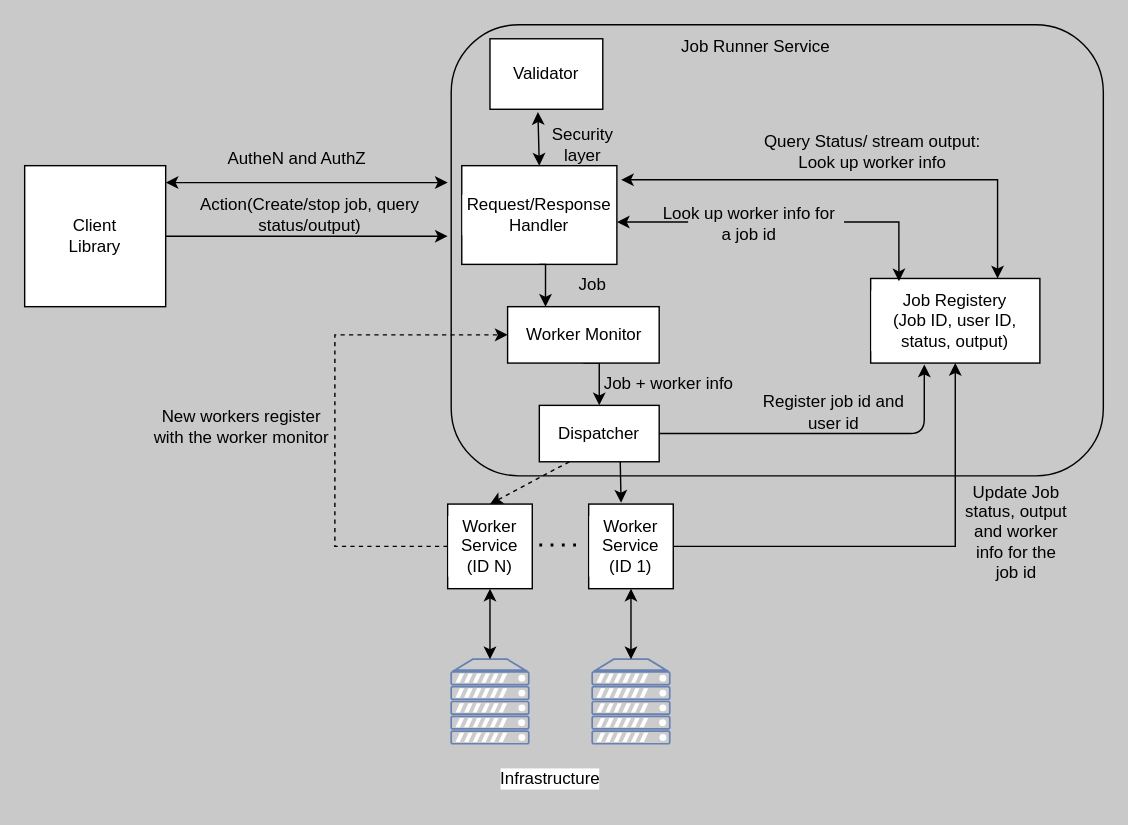
Before: page "Architecture" (1 of 4) of design/Architecture.drawio in GajanSoorian/job-worker-service, a draw.io diagram. Source tidied: cells renumbered, new cells numbered last; positions are measured from the earlier drawing's top-left corner, leaving out a move shared by most shapes. Both pictures are drawn from the tidied source at 141%, with x=0, y=0 at pixel (24, 24).
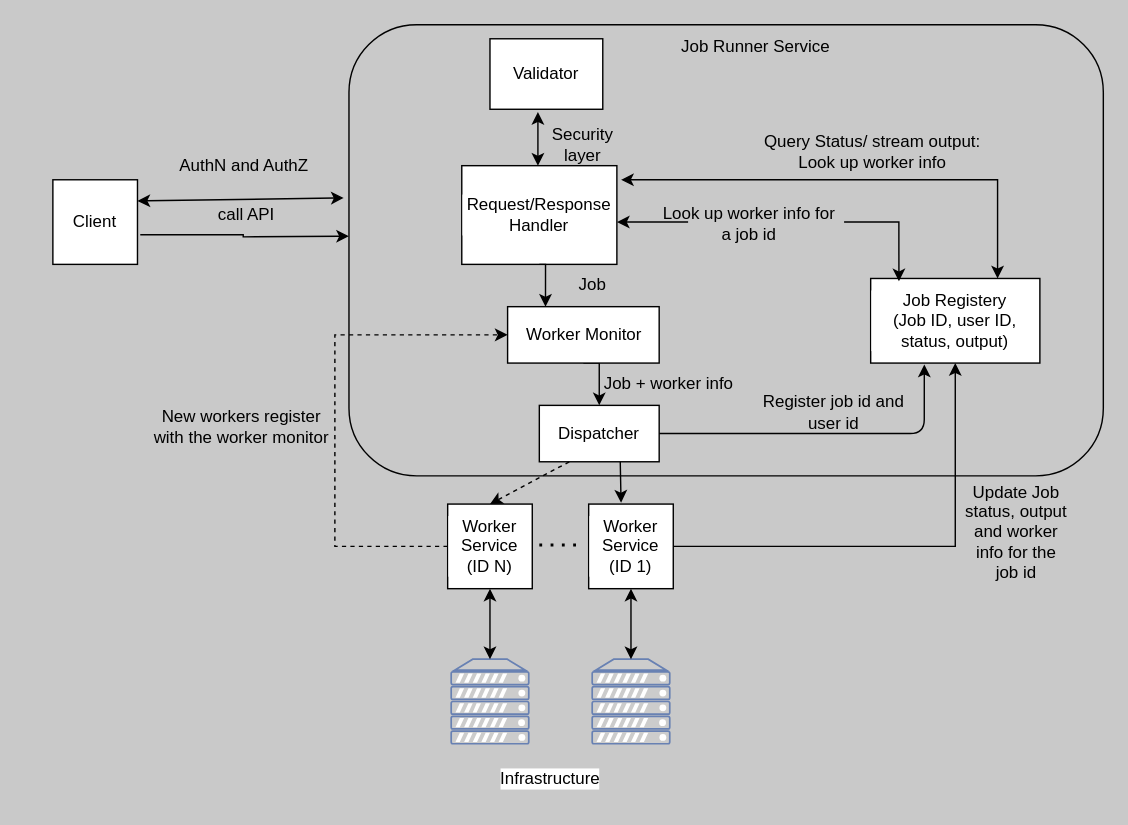
After the change.

The change refers to these unchanged cells:
```xml
<mxCell id="6" value="Validator" style="rounded=0;whiteSpace=wrap;html=1;fontColor=#000000;labelBackgroundColor=default;" parent="1" vertex="1">
  <mxGeometry x="330" y="10" width="80" height="50" as="geometry" />
</mxCell>
<mxCell id="11" value="Request/Response Handler" style="rounded=0;whiteSpace=wrap;html=1;fontColor=#000000;labelBackgroundColor=default;" parent="1" vertex="1">
  <mxGeometry x="310" y="100" width="110" height="70" as="geometry" />
</mxCell>
```

Change to the diagram source:
```diff
@@
     <mxCell id="2" style="rounded=1;whiteSpace=wrap;html=1;fillColor=none;fontColor=#000000;labelBackgroundColor=default;" parent="1" vertex="1">
-      <mxGeometry x="302.5" width="462.5" height="320" as="geometry" />
+      <mxGeometry x="230" width="535" height="320" as="geometry" />
     </mxCell>
@@
-    <mxCell id="4" style="edgeStyle=orthogonalEdgeStyle;rounded=0;jettySize=auto;html=1;exitX=1;exitY=0.5;exitDx=0;exitDy=0;strokeColor=default;fontColor=#000000;labelBackgroundColor=default;" parent="1" edge="1" source="5">
+    <mxCell id="4" style="edgeStyle=orthogonalEdgeStyle;rounded=0;jettySize=auto;html=1;strokeColor=default;fontColor=#000000;labelBackgroundColor=default;exitX=1.033;exitY=0.65;exitDx=0;exitDy=0;exitPerimeter=0;" parent="1" edge="1" source="5">
       <mxGeometry relative="1" as="geometry">
-        <mxPoint x="300" y="150" as="targetPoint" />
+        <mxPoint x="230" y="150" as="targetPoint" />
       </mxGeometry>
     </mxCell>
-    <mxCell id="5" value="Client&lt;br&gt;Library" style="whiteSpace=wrap;html=1;fontColor=#000000;labelBackgroundColor=default;" parent="1" vertex="1">
-      <mxGeometry y="100" width="100" height="100" as="geometry" />
+    <mxCell id="5" value="Client" style="whiteSpace=wrap;html=1;fontColor=#000000;labelBackgroundColor=default;" parent="1" vertex="1">
+      <mxGeometry x="20" y="110" width="60" height="60" as="geometry" />
     </mxCell>
@@
-    <mxCell id="7" style="endArrow=classic;startArrow=classic;html=1;rounded=0;strokeColor=default;exitX=1;exitY=0.12;exitDx=0;exitDy=0;exitPerimeter=0;fontColor=#000000;labelBackgroundColor=default;" parent="1" edge="1" source="5">
-      <mxGeometry relative="1" as="geometry">
-        <mxPoint x="300" y="112" as="targetPoint" />
-      </mxGeometry>
+    <mxCell id="7" style="endArrow=classic;startArrow=classic;html=1;rounded=0;strokeColor=default;exitX=1;exitY=0.25;exitDx=0;exitDy=0;fontColor=#000000;labelBackgroundColor=default;entryX=-0.007;entryY=0.384;entryDx=0;entryDy=0;entryPerimeter=0;" parent="1" edge="1" source="5" target="2">
+      <mxGeometry relative="1" as="geometry" />
     </mxCell>
-    <mxCell id="8" value="AutheN and AuthZ&amp;nbsp;" style="text;html=1;strokeColor=none;fillColor=none;align=center;verticalAlign=middle;whiteSpace=wrap;rounded=0;fontColor=#000000;labelBackgroundColor=none;" parent="1" vertex="1">
-      <mxGeometry x="105" y="80" width="180" height="30" as="geometry" />
+    <mxCell id="8" value="AuthN and AuthZ&amp;nbsp;" style="text;html=1;strokeColor=none;fillColor=none;align=center;verticalAlign=middle;whiteSpace=wrap;rounded=0;fontColor=#000000;labelBackgroundColor=none;" parent="1" vertex="1">
+      <mxGeometry x="105" y="90" width="105" height="20" as="geometry" />
     </mxCell>
-    <mxCell id="9" value="Action(Create/stop job, query status/output)" style="text;html=1;strokeColor=none;fillColor=none;align=center;verticalAlign=middle;whiteSpace=wrap;rounded=0;fontColor=#000000;labelBackgroundColor=none;" parent="1" vertex="1">
-      <mxGeometry x="105" y="120" width="195" height="30" as="geometry" />
+    <mxCell id="9" value="call API" style="text;html=1;strokeColor=none;fillColor=none;align=center;verticalAlign=middle;whiteSpace=wrap;rounded=0;fontColor=#000000;labelBackgroundColor=none;" parent="1" vertex="1">
+      <mxGeometry x="120" y="125" width="75" height="20" as="geometry" />
     </mxCell>
@@
-    <mxCell id="39" style="endArrow=classic;startArrow=classic;html=1;exitX=0.5;exitY=0;exitDx=0;exitDy=0;entryX=0.425;entryY=1.04;entryDx=0;entryDy=0;entryPerimeter=0;" parent="1" edge="1" source="11" target="6">
-      <mxGeometry relative="1" as="geometry" />
+    <mxCell id="39" style="endArrow=classic;startArrow=classic;html=1;entryX=0.425;entryY=1.04;entryDx=0;entryDy=0;entryPerimeter=0;" parent="1" edge="1" target="6">
+      <mxGeometry relative="1" as="geometry">
+        <mxPoint x="364" y="100" as="sourcePoint" />
+      </mxGeometry>
     </mxCell>
```
